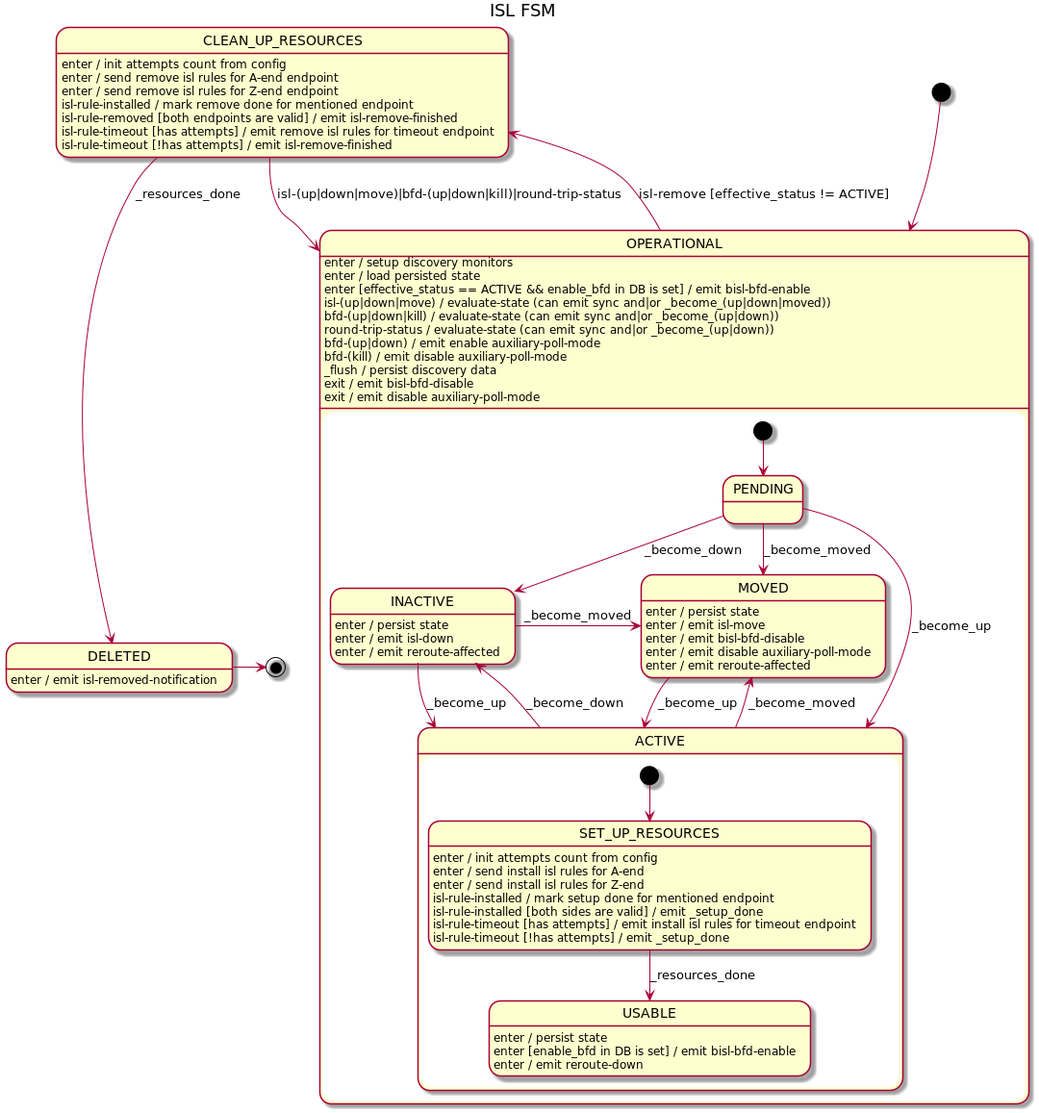
Before: docs/design/network-discovery/ISL-FSM.png, a diagram exported from PlantUML (telstra/open-kilda).
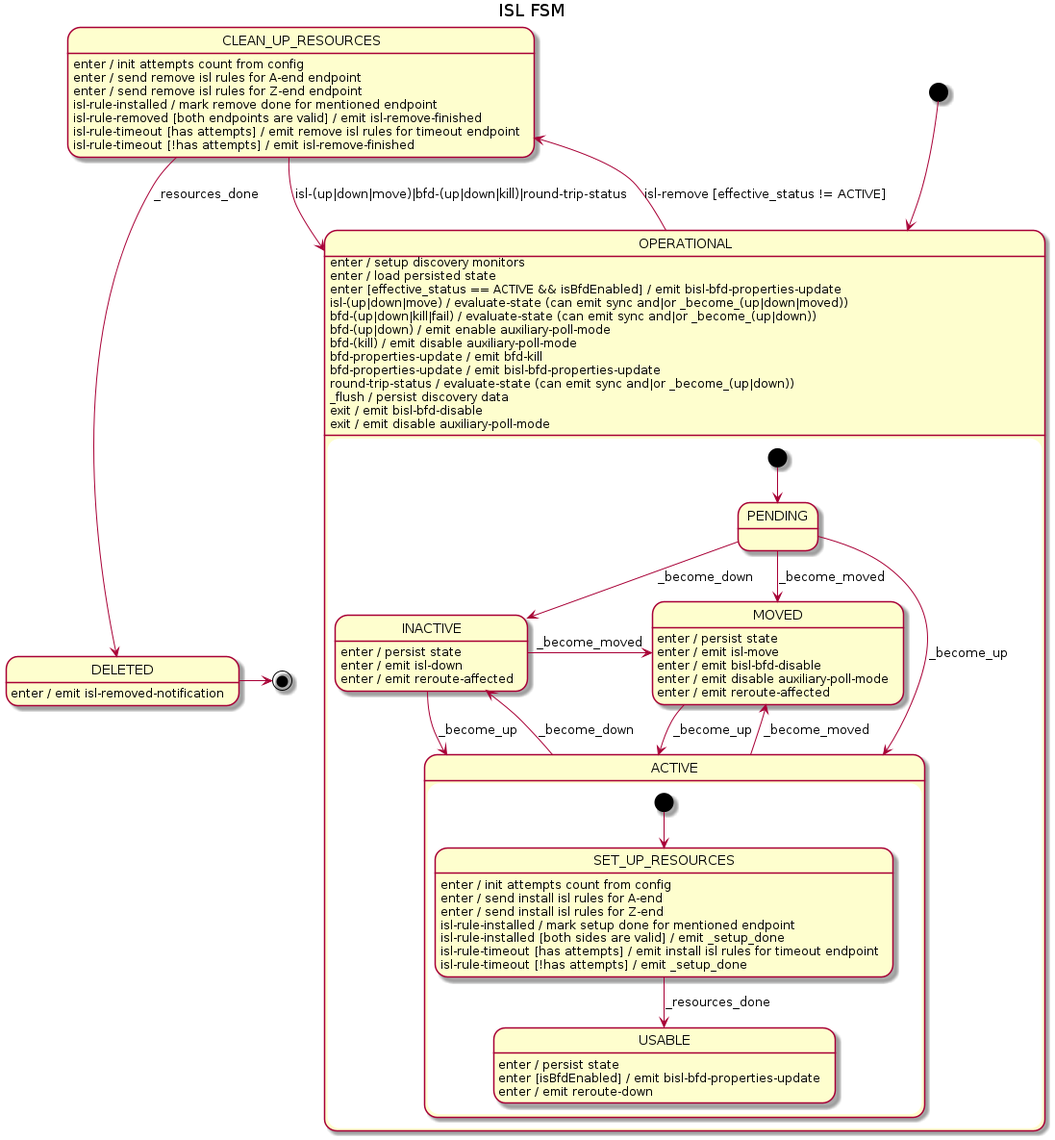
Above is the later version.

The edit, as a diff of the source:
```diff
@@ -23,7 +23,7 @@
         SET_UP_RESOURCES : isl-rule-timeout [!has attempts] / emit _setup_done
 
         USABLE : enter / persist state
-        USABLE : enter [enable_bfd in DB is set] / emit bisl-bfd-enable
+        USABLE : enter [isBfdEnabled] / emit bisl-bfd-properties-update
         USABLE : enter / emit reroute-down
     }
     ACTIVE --> INACTIVE : _become_down
@@ -45,12 +45,14 @@
 OPERATIONAL --> CLEAN_UP_RESOURCES : isl-remove [effective_status != ACTIVE]
 OPERATIONAL : enter / setup discovery monitors
 OPERATIONAL : enter / load persisted state
-OPERATIONAL : enter [effective_status == ACTIVE && enable_bfd in DB is set] / emit bisl-bfd-enable
+OPERATIONAL : enter [effective_status == ACTIVE && isBfdEnabled] / emit bisl-bfd-properties-update
 OPERATIONAL : isl-(up|down|move) / evaluate-state (can emit sync and|or _become_(up|down|moved))
-OPERATIONAL : bfd-(up|down|kill) / evaluate-state (can emit sync and|or _become_(up|down))
-OPERATIONAL : round-trip-status / evaluate-state (can emit sync and|or _become_(up|down))
+OPERATIONAL : bfd-(up|down|kill|fail) / evaluate-state (can emit sync and|or _become_(up|down))
 OPERATIONAL : bfd-(up|down) / emit enable auxiliary-poll-mode
 OPERATIONAL : bfd-(kill) / emit disable auxiliary-poll-mode
+OPERATIONAL : bfd-properties-update / emit bfd-kill
+OPERATIONAL : bfd-properties-update / emit bisl-bfd-properties-update
+OPERATIONAL : round-trip-status / evaluate-state (can emit sync and|or _become_(up|down))
 OPERATIONAL : _flush / persist discovery data
 OPERATIONAL : exit / emit bisl-bfd-disable
 OPERATIONAL : exit / emit disable auxiliary-poll-mode
```
